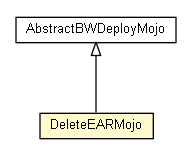
Earlier version of the Graphviz export bw-maven-plugin/apidocs/fr/fastconnect/factory/tibco/bw/maven/deployment/DeleteEARMojo.png (fastconnect/tibco-factory). Its source is kept beside it as bw-maven-plugin/apidocs/fr/fastconnect/factory/tibco/bw/maven/deployment/DeleteEARMojo.dot. The source it was exported from:
```dot

digraph G {
	edge [fontname="arial",fontsize=10,labelfontname="arial",labelfontsize=10];
	node [fontname="arial",fontsize=10,shape=plaintext];
	nodesep=0.25;
	ranksep=0.5;
	c1923 [label=<<table title="fr.fastconnect.factory.tibco.bw.maven.deployment.DeleteEARMojo" border="0" cellborder="1" cellspacing="0" cellpadding="2" port="p" bgcolor="lemonChiffon" href="./DeleteEARMojo.html">
		<tr><td><table border="0" cellspacing="0" cellpadding="1">
<tr><td align="center" balign="center"> DeleteEARMojo </td></tr>
		</table></td></tr>
		</table>>, URL="./DeleteEARMojo.html", fontname="arial", fontcolor="black", fontsize=10.0];
	c1924 [label=<<table title="fr.fastconnect.factory.tibco.bw.maven.deployment.AbstractBWDeployMojo" border="0" cellborder="1" cellspacing="0" cellpadding="2" port="p" href="./AbstractBWDeployMojo.html">
		<tr><td><table border="0" cellspacing="0" cellpadding="1">
<tr><td align="center" balign="center"> AbstractBWDeployMojo </td></tr>
		</table></td></tr>
		</table>>, URL="./AbstractBWDeployMojo.html", fontname="arial", fontcolor="black", fontsize=10.0];
	c1924:p -> c1923:p [dir=back,arrowtail=empty];
}
```
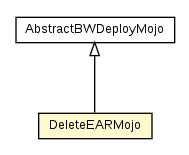
Above is the later version.

What changed in the source:
```diff
@@ -1,18 +1,18 @@
 
 digraph G {
-	edge [fontname="arial",fontsize=10,labelfontname="arial",labelfontsize=10];
-	node [fontname="arial",fontsize=10,shape=plaintext];
+	edge [fontname="Helvetica",fontsize=10,labelfontname="Helvetica",labelfontsize=10];
+	node [fontname="Helvetica",fontsize=10,shape=plaintext];
 	nodesep=0.25;
 	ranksep=0.5;
-	c1923 [label=<<table title="fr.fastconnect.factory.tibco.bw.maven.deployment.DeleteEARMojo" border="0" cellborder="1" cellspacing="0" cellpadding="2" port="p" bgcolor="lemonChiffon" href="./DeleteEARMojo.html">
+	c2062 [label=<<table title="fr.fastconnect.factory.tibco.bw.maven.deployment.DeleteEARMojo" border="0" cellborder="1" cellspacing="0" cellpadding="2" port="p" bgcolor="lemonChiffon" href="./DeleteEARMojo.html">
 		<tr><td><table border="0" cellspacing="0" cellpadding="1">
 <tr><td align="center" balign="center"> DeleteEARMojo </td></tr>
 		</table></td></tr>
-		</table>>, URL="./DeleteEARMojo.html", fontname="arial", fontcolor="black", fontsize=10.0];
-	c1924 [label=<<table title="fr.fastconnect.factory.tibco.bw.maven.deployment.AbstractBWDeployMojo" border="0" cellborder="1" cellspacing="0" cellpadding="2" port="p" href="./AbstractBWDeployMojo.html">
+		</table>>, URL="./DeleteEARMojo.html", fontname="Helvetica", fontcolor="black", fontsize=10.0];
+	c2063 [label=<<table title="fr.fastconnect.factory.tibco.bw.maven.deployment.AbstractBWDeployMojo" border="0" cellborder="1" cellspacing="0" cellpadding="2" port="p" href="./AbstractBWDeployMojo.html">
 		<tr><td><table border="0" cellspacing="0" cellpadding="1">
 <tr><td align="center" balign="center"> AbstractBWDeployMojo </td></tr>
 		</table></td></tr>
-		</table>>, URL="./AbstractBWDeployMojo.html", fontname="arial", fontcolor="black", fontsize=10.0];
-	c1924:p -> c1923:p [dir=back,arrowtail=empty];
+		</table>>, URL="./AbstractBWDeployMojo.html", fontname="Helvetica", fontcolor="black", fontsize=10.0];
+	c2063:p -> c2062:p [dir=back,arrowtail=empty];
 }
```
